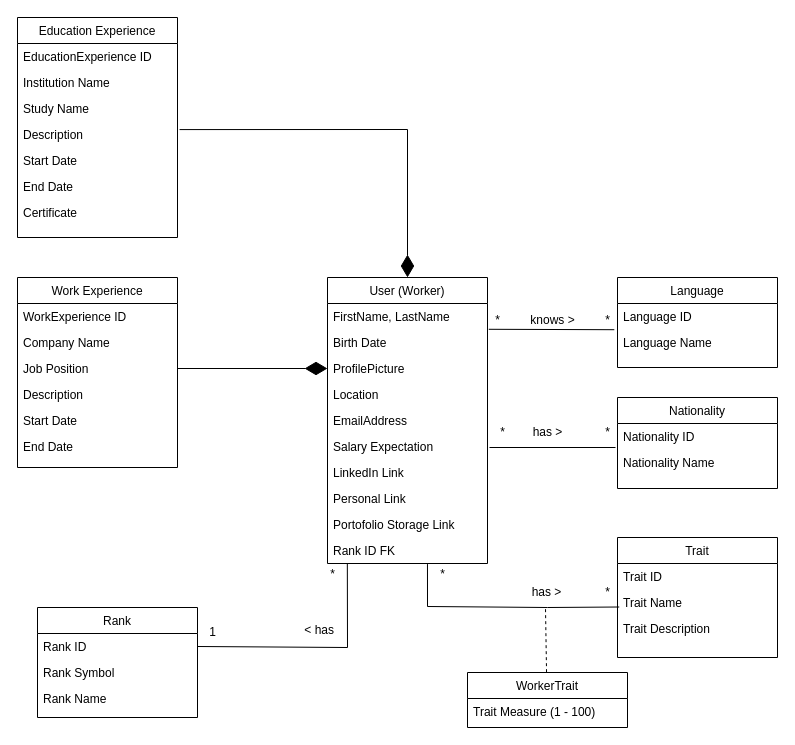
Before: class_diagram.drawio in Alex-Verh/coworkers, a draw.io diagram. Source tidied: cells renumbered, new cells numbered last; positions are measured from the earlier drawing's top-left corner, leaving out a move shared by most shapes. Both pictures are drawn from the tidied source at 100%, with x=0, y=0 at pixel (17, 17).
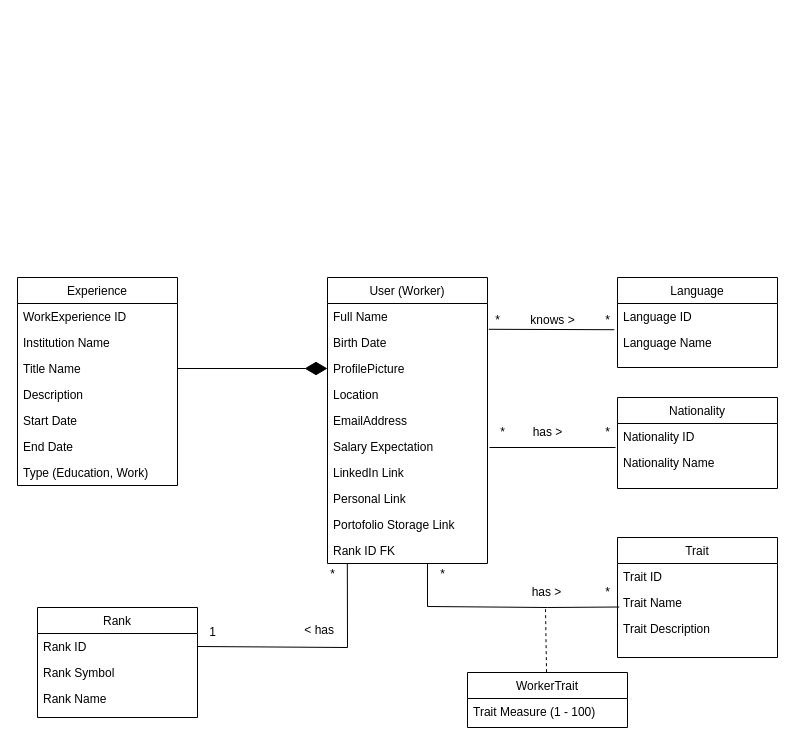
The same page after the edit.

The change refers to these unchanged cells:
```xml
<mxCell id="2" value="User (Worker)" style="swimlane;fontStyle=0;align=center;verticalAlign=top;horizontal=1;startSize=26;rounded=0;shadow=0;strokeWidth=1;" parent="1" vertex="1">
  <mxGeometry x="310" y="260" width="160" height="286" as="geometry" />
</mxCell>
```

The edit, as a diff of the source:
```diff
@@
-    <mxCell id="3" value="FirstName, LastName" style="text;align=left;verticalAlign=top;spacingLeft=4;spacingRight=4;overflow=hidden;points=[[0,0.5],[1,0.5]];portConstraint=eastwest;" parent="2" vertex="1">
+    <mxCell id="3" value="Full Name" style="text;align=left;verticalAlign=top;spacingLeft=4;spacingRight=4;overflow=hidden;points=[[0,0.5],[1,0.5]];portConstraint=eastwest;" parent="2" vertex="1">
       <mxGeometry y="26" width="160" height="26" as="geometry" />
     </mxCell>
@@
-    <mxCell id="27" value="Work Experience" style="swimlane;fontStyle=0;align=center;verticalAlign=top;horizontal=1;startSize=26;rounded=0;shadow=0;strokeWidth=1;" parent="1" vertex="1">
-      <mxGeometry y="260" width="160" height="190" as="geometry" />
+    <mxCell id="27" value="Experience" style="swimlane;fontStyle=0;align=center;verticalAlign=top;horizontal=1;startSize=26;rounded=0;shadow=0;strokeWidth=1;" parent="1" vertex="1">
+      <mxGeometry y="260" width="160" height="208" as="geometry" />
     </mxCell>
@@
-    <mxCell id="29" value="Company Name" style="text;align=left;verticalAlign=top;spacingLeft=4;spacingRight=4;overflow=hidden;rounded=0;shadow=0;html=0;" parent="27" vertex="1">
+    <mxCell id="29" value="Institution Name" style="text;align=left;verticalAlign=top;spacingLeft=4;spacingRight=4;overflow=hidden;rounded=0;shadow=0;html=0;" parent="27" vertex="1">
       <mxGeometry y="52" width="160" height="26" as="geometry" />
     </mxCell>
-    <mxCell id="30" value="Job Position" style="text;align=left;verticalAlign=top;spacingLeft=4;spacingRight=4;overflow=hidden;points=[[0,0.5],[1,0.5]];portConstraint=eastwest;rounded=0;shadow=0;html=0;" parent="27" vertex="1">
+    <mxCell id="30" value="Title Name" style="text;align=left;verticalAlign=top;spacingLeft=4;spacingRight=4;overflow=hidden;points=[[0,0.5],[1,0.5]];portConstraint=eastwest;rounded=0;shadow=0;html=0;" parent="27" vertex="1">
       <mxGeometry y="78" width="160" height="26" as="geometry" />
     </mxCell>
@@
-    <mxCell id="34" value="Education Experience" style="swimlane;fontStyle=0;align=center;verticalAlign=top;horizontal=1;startSize=26;rounded=0;shadow=0;strokeWidth=1;" parent="1" vertex="1">
-      <mxGeometry width="160" height="220" as="geometry" />
-    </mxCell>
-    <mxCell id="35" value="EducationExperience ID" style="text;align=left;verticalAlign=top;spacingLeft=4;spacingRight=4;overflow=hidden;rounded=0;shadow=0;html=0;" parent="34" vertex="1">
-      <mxGeometry y="26" width="160" height="26" as="geometry" />
-    </mxCell>
-    <mxCell id="36" value="Institution Name" style="text;align=left;verticalAlign=top;spacingLeft=4;spacingRight=4;overflow=hidden;rounded=0;shadow=0;html=0;" parent="34" vertex="1">
-      <mxGeometry y="52" width="160" height="26" as="geometry" />
-    </mxCell>
-    <mxCell id="37" value="Study Name" style="text;align=left;verticalAlign=top;spacingLeft=4;spacingRight=4;overflow=hidden;rounded=0;shadow=0;html=0;" parent="34" vertex="1">
-      <mxGeometry y="78" width="160" height="26" as="geometry" />
-    </mxCell>
-    <mxCell id="38" value="Description" style="text;align=left;verticalAlign=top;spacingLeft=4;spacingRight=4;overflow=hidden;points=[[0,0.5],[1,0.5]];portConstraint=eastwest;rounded=0;shadow=0;html=0;" parent="34" vertex="1">
-      <mxGeometry y="104" width="160" height="26" as="geometry" />
-    </mxCell>
-    <mxCell id="39" value="Start Date" style="text;align=left;verticalAlign=top;spacingLeft=4;spacingRight=4;overflow=hidden;rounded=0;shadow=0;html=0;" parent="34" vertex="1">
-      <mxGeometry y="130" width="160" height="26" as="geometry" />
-    </mxCell>
-    <mxCell id="40" value="End Date" style="text;align=left;verticalAlign=top;spacingLeft=4;spacingRight=4;overflow=hidden;rounded=0;shadow=0;html=0;" parent="34" vertex="1">
-      <mxGeometry y="156" width="160" height="26" as="geometry" />
-    </mxCell>
-    <mxCell id="41" value="Certificate" style="text;align=left;verticalAlign=top;spacingLeft=4;spacingRight=4;overflow=hidden;rounded=0;shadow=0;html=0;" parent="34" vertex="1">
-      <mxGeometry y="182" width="160" height="26" as="geometry" />
-    </mxCell>
-    <mxCell id="42" style="endArrow=diamondThin;html=1;rounded=0;exitX=1.013;exitY=0.311;exitDx=0;exitDy=0;exitPerimeter=0;entryX=0.5;entryY=0;entryDx=0;entryDy=0;endFill=1;endSize=20;" parent="1" edge="1" source="38" target="2">
-      <mxGeometry relative="1" as="geometry">
-        <Array as="points">
-          <mxPoint x="390" y="112" />
-        </Array>
-      </mxGeometry>
-    </mxCell>
+    <mxCell id="63" value="Type (Education, Work)" style="text;align=left;verticalAlign=top;spacingLeft=4;spacingRight=4;overflow=hidden;rounded=0;shadow=0;html=0;" parent="27" vertex="1">
+      <mxGeometry y="182" width="160" height="26" as="geometry" />
+    </mxCell>
```
